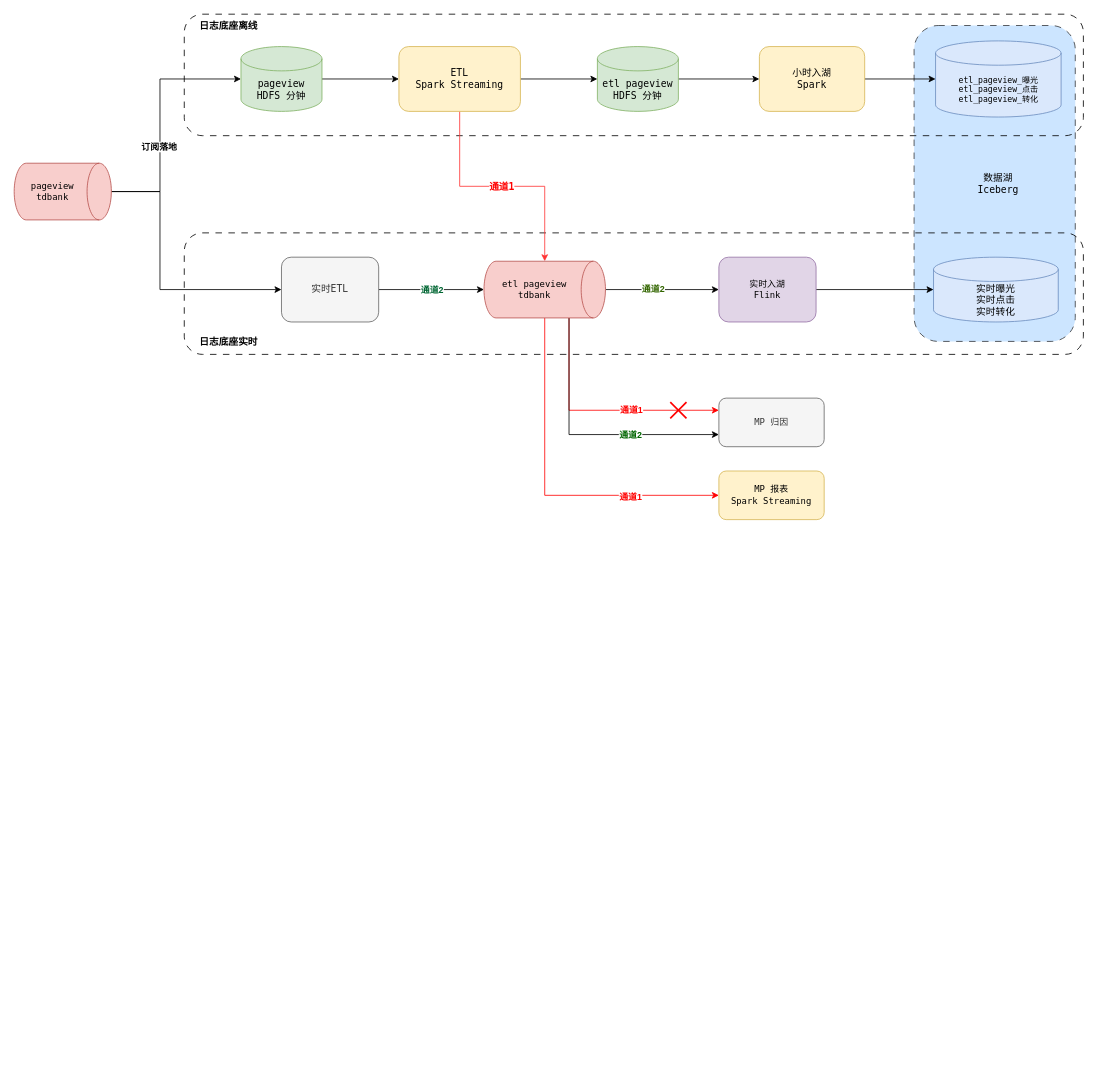
Earlier version of the draw.io diagram etl_pageview_streaming.drawio (WindLeeWT/Misc). Source tidied: cells renumbered, new cells numbered last; positions are measured from the earlier drawing's top-left corner, leaving out a move shared by most shapes. Both pictures are drawn from the tidied source at 81%, with x=0, y=0 at pixel (14, 14).
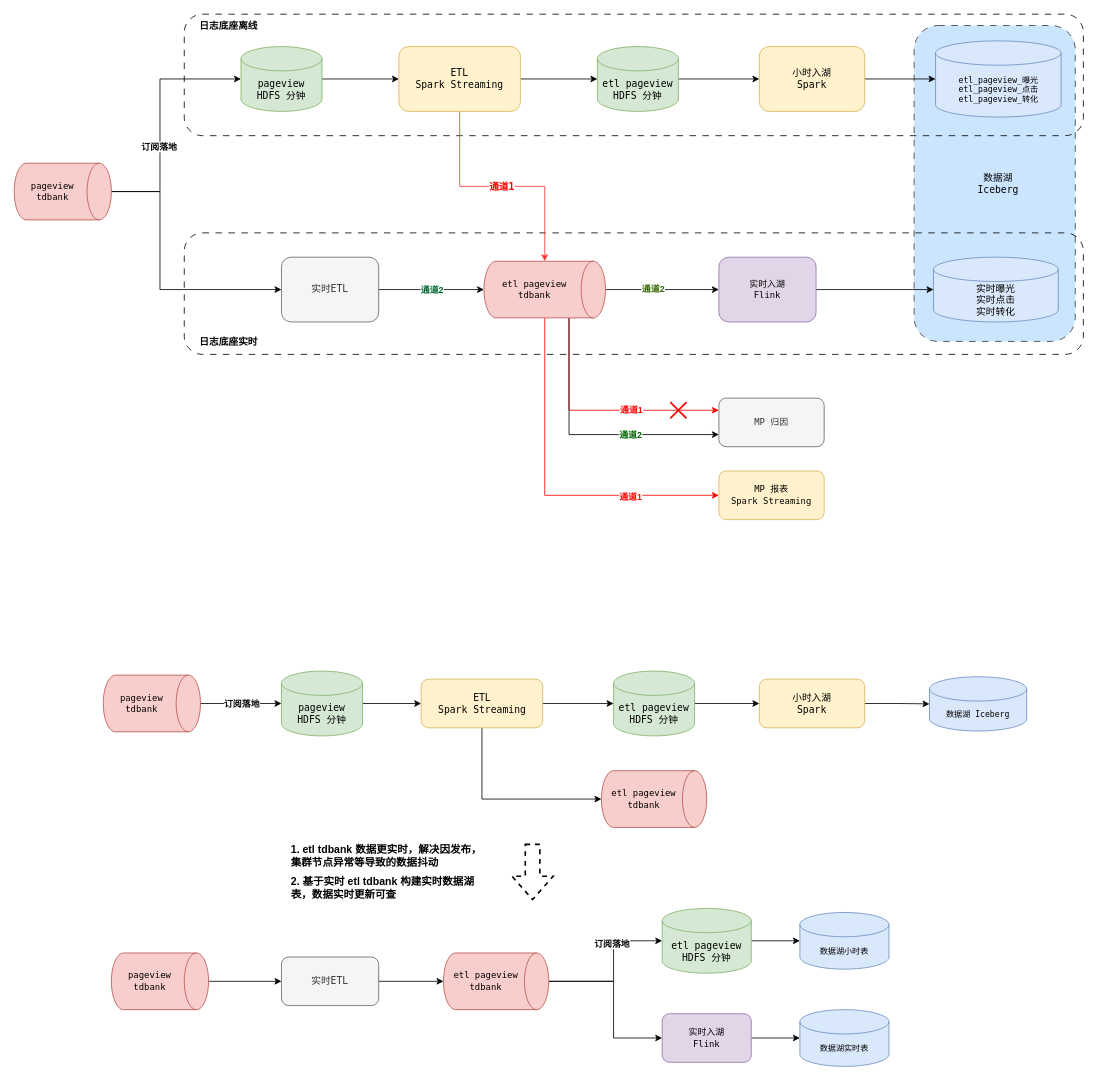
The same diagram, later.

What changed in the source:
```diff
@@
+    <mxCell id="42" style="edgeStyle=orthogonalEdgeStyle;rounded=0;jettySize=auto;html=1;exitX=0.5;exitY=0;exitDx=0;exitDy=0;exitPerimeter=0;entryX=0;entryY=0.5;entryDx=0;entryDy=0;entryPerimeter=0;strokeColor=#000000;fontFamily=Lucida Console;fontSize=12;fontColor=#000000;" parent="1" edge="1" source="44" target="46">
+      <mxGeometry relative="1" as="geometry">
+        <Array as="points">
+          <mxPoint x="148" y="851" />
+        </Array>
+      </mxGeometry>
+    </mxCell>
+    <mxCell id="43" value="&lt;b&gt;订阅落地&lt;/b&gt;" style="edgeLabel;html=1;align=center;verticalAlign=middle;fontFamily=Lucida Console;" parent="42" vertex="1">
+      <mxGeometry x="0.01" y="2" relative="1" as="geometry">
+        <mxPoint x="81" y="2" as="offset" />
+      </mxGeometry>
+    </mxCell>
+    <mxCell id="44" value="&lt;font style=&quot;font-size: 11px;&quot;&gt;&lt;span style=&quot;font-size: 11px;&quot;&gt;pageview&lt;br&gt;tdbank&lt;br&gt;&lt;/span&gt;&lt;/font&gt;" style="shape=cylinder3;whiteSpace=wrap;html=1;boundedLbl=1;backgroundOutline=1;size=15;direction=south;fillColor=#f8cecc;strokeColor=#b85450;fontFamily=Lucida Console;fontSize=11;fontStyle=0;" parent="1" vertex="1">
+      <mxGeometry x="110" y="816" width="120" height="70" as="geometry" />
+    </mxCell>
+    <mxCell id="45" style="edgeStyle=orthogonalEdgeStyle;rounded=0;jettySize=auto;html=1;exitX=1;exitY=0.5;exitDx=0;exitDy=0;exitPerimeter=0;fontFamily=Lucida Console;fontSize=14;" parent="1" edge="1" source="46" target="49">
+      <mxGeometry relative="1" as="geometry" />
+    </mxCell>
+    <mxCell id="46" value="&lt;font style=&quot;font-size: 12px;&quot;&gt;&lt;span style=&quot;font-size: 12px;&quot;&gt;pageview&lt;br style=&quot;font-size: 12px;&quot;&gt;HDFS 分钟&lt;/span&gt;&lt;/font&gt;" style="shape=cylinder3;whiteSpace=wrap;html=1;boundedLbl=1;backgroundOutline=1;size=15;fontFamily=Lucida Console;fontSize=12;fillColor=#d5e8d4;strokeColor=#82b366;fontStyle=0;" parent="1" vertex="1">
+      <mxGeometry x="330" y="811" width="100" height="80" as="geometry" />
+    </mxCell>
+    <mxCell id="47" style="edgeStyle=orthogonalEdgeStyle;rounded=0;jettySize=auto;html=1;exitX=1;exitY=0.5;exitDx=0;exitDy=0;entryX=0;entryY=0.5;entryDx=0;entryDy=0;entryPerimeter=0;fontFamily=Lucida Console;fontSize=14;" parent="1" edge="1" source="49" target="51">
+      <mxGeometry relative="1" as="geometry" />
+    </mxCell>
+    <mxCell id="48" style="edgeStyle=orthogonalEdgeStyle;rounded=0;jettySize=auto;html=1;exitX=0.5;exitY=1;exitDx=0;exitDy=0;entryX=0.5;entryY=1;entryDx=0;entryDy=0;entryPerimeter=0;" parent="1" edge="1" source="49" target="55">
+      <mxGeometry relative="1" as="geometry" />
+    </mxCell>
+    <mxCell id="49" value="ETL&lt;br style=&quot;font-size: 12px;&quot;&gt;Spark Streaming" style="rounded=1;whiteSpace=wrap;html=1;fontFamily=Lucida Console;fontSize=12;fillColor=#fff2cc;strokeColor=#d6b656;fontStyle=0;" parent="1" vertex="1">
+      <mxGeometry x="502.5" y="821" width="150" height="60" as="geometry" />
+    </mxCell>
+    <mxCell id="50" style="edgeStyle=orthogonalEdgeStyle;rounded=0;jettySize=auto;html=1;exitX=1;exitY=0.5;exitDx=0;exitDy=0;exitPerimeter=0;entryX=0;entryY=0.5;entryDx=0;entryDy=0;fontFamily=Lucida Console;fontSize=14;" parent="1" edge="1" source="51" target="54">
+      <mxGeometry relative="1" as="geometry" />
+    </mxCell>
+    <mxCell id="51" value="etl pageview&lt;br style=&quot;border-color: var(--border-color); font-size: 12px;&quot;&gt;&lt;span style=&quot;font-size: 12px;&quot;&gt;HDFS 分钟&lt;/span&gt;" style="shape=cylinder3;whiteSpace=wrap;html=1;boundedLbl=1;backgroundOutline=1;size=15;fontFamily=Lucida Console;fontSize=12;fillColor=#d5e8d4;strokeColor=#82b366;fontStyle=0;align=center;" parent="1" vertex="1">
+      <mxGeometry x="740" y="811" width="100" height="80" as="geometry" />
+    </mxCell>
+    <mxCell id="52" value="数据湖 Iceberg" style="shape=cylinder3;whiteSpace=wrap;html=1;boundedLbl=1;backgroundOutline=1;size=15;fontFamily=Lucida Console;fontSize=10;fillColor=#dae8fc;strokeColor=#6c8ebf;fontStyle=0;" parent="1" vertex="1">
+      <mxGeometry x="1130" y="818" width="120" height="67" as="geometry" />
+    </mxCell>
+    <mxCell id="53" style="edgeStyle=orthogonalEdgeStyle;rounded=0;jettySize=auto;html=1;exitX=1;exitY=0.5;exitDx=0;exitDy=0;entryX=0;entryY=0.5;entryDx=0;entryDy=0;entryPerimeter=0;fontFamily=Lucida Console;fontSize=14;" parent="1" edge="1" source="54" target="52">
+      <mxGeometry relative="1" as="geometry" />
+    </mxCell>
+    <mxCell id="54" value="小时入湖&lt;br style=&quot;font-size: 12px;&quot;&gt;Spark" style="rounded=1;whiteSpace=wrap;html=1;fontFamily=Lucida Console;fontSize=12;fillColor=#fff2cc;strokeColor=#d6b656;fontStyle=0;" parent="1" vertex="1">
+      <mxGeometry x="920" y="821" width="130" height="60" as="geometry" />
+    </mxCell>
+    <mxCell id="55" value="&lt;font style=&quot;font-size: 11px;&quot;&gt;&lt;span style=&quot;font-size: 11px;&quot;&gt;etl pageview&lt;br style=&quot;font-size: 11px;&quot;&gt;tdbank&lt;br style=&quot;font-size: 11px;&quot;&gt;&lt;/span&gt;&lt;/font&gt;" style="shape=cylinder3;whiteSpace=wrap;html=1;boundedLbl=1;backgroundOutline=1;size=15;direction=south;fillColor=#f8cecc;strokeColor=#b85450;fillStyle=auto;shadow=0;fontFamily=Lucida Console;fontSize=11;fontStyle=0;" parent="1" vertex="1">
+      <mxGeometry x="725" y="934" width="130" height="70" as="geometry" />
+    </mxCell>
+    <mxCell id="56" style="shape=flexArrow;endArrow=classic;html=1;rounded=0;dashed=1;endWidth=31;endSize=8.93;width=17;strokeWidth=2;" parent="1" edge="1">
+      <mxGeometry relative="1" as="geometry">
+        <mxPoint x="640" y="1024" as="sourcePoint" />
+        <mxPoint x="640" y="1094" as="targetPoint" />
+        <Array as="points">
+          <mxPoint x="640" y="1024" />
+        </Array>
+      </mxGeometry>
+    </mxCell>
+    <mxCell id="57" style="edgeStyle=orthogonalEdgeStyle;rounded=0;jettySize=auto;html=1;exitX=0.5;exitY=0;exitDx=0;exitDy=0;exitPerimeter=0;entryX=0;entryY=0.5;entryDx=0;entryDy=0;" parent="1" edge="1" source="58" target="60">
+      <mxGeometry relative="1" as="geometry" />
+    </mxCell>
+    <mxCell id="58" value="&lt;font style=&quot;font-size: 11px;&quot;&gt;&lt;span style=&quot;font-size: 11px;&quot;&gt;pageview&lt;br&gt;tdbank&lt;br&gt;&lt;/span&gt;&lt;/font&gt;" style="shape=cylinder3;whiteSpace=wrap;html=1;boundedLbl=1;backgroundOutline=1;size=15;direction=south;fillColor=#f8cecc;strokeColor=#b85450;fontFamily=Lucida Console;fontSize=11;fontStyle=0;" parent="1" vertex="1">
+      <mxGeometry x="120" y="1159" width="120" height="70" as="geometry" />
+    </mxCell>
+    <mxCell id="59" style="edgeStyle=orthogonalEdgeStyle;rounded=0;jettySize=auto;html=1;exitX=1;exitY=0.5;exitDx=0;exitDy=0;" parent="1" edge="1" source="60" target="63">
+      <mxGeometry relative="1" as="geometry" />
+    </mxCell>
+    <mxCell id="60" value="实时ETL" style="rounded=1;whiteSpace=wrap;html=1;fontFamily=Lucida Console;fontSize=12;fillColor=#f5f5f5;strokeColor=#666666;fontStyle=0;fontColor=#333333;" parent="1" vertex="1">
+      <mxGeometry x="330" y="1164" width="120" height="60" as="geometry" />
+    </mxCell>
+    <mxCell id="61" style="edgeStyle=orthogonalEdgeStyle;rounded=0;jettySize=auto;html=1;exitX=0.5;exitY=0;exitDx=0;exitDy=0;exitPerimeter=0;entryX=0;entryY=0.5;entryDx=0;entryDy=0;entryPerimeter=0;" parent="1" edge="1" source="63" target="67">
+      <mxGeometry relative="1" as="geometry">
+        <Array as="points">
+          <mxPoint x="740" y="1194" />
+          <mxPoint x="740" y="1144" />
+        </Array>
+      </mxGeometry>
+    </mxCell>
+    <mxCell id="62" style="edgeStyle=orthogonalEdgeStyle;rounded=0;jettySize=auto;html=1;exitX=0.5;exitY=0;exitDx=0;exitDy=0;exitPerimeter=0;entryX=0;entryY=0.5;entryDx=0;entryDy=0;" parent="1" edge="1" source="63" target="65">
+      <mxGeometry relative="1" as="geometry">
+        <Array as="points">
+          <mxPoint x="740" y="1194" />
+          <mxPoint x="740" y="1264" />
+        </Array>
+      </mxGeometry>
+    </mxCell>
+    <mxCell id="63" value="&lt;font style=&quot;font-size: 11px;&quot;&gt;&lt;span style=&quot;font-size: 11px;&quot;&gt;etl pageview&lt;br style=&quot;font-size: 11px;&quot;&gt;tdbank&lt;br style=&quot;font-size: 11px;&quot;&gt;&lt;/span&gt;&lt;/font&gt;" style="shape=cylinder3;whiteSpace=wrap;html=1;boundedLbl=1;backgroundOutline=1;size=15;direction=south;fillColor=#f8cecc;strokeColor=#b85450;fillStyle=auto;shadow=0;fontFamily=Lucida Console;fontSize=11;fontStyle=0;" parent="1" vertex="1">
+      <mxGeometry x="530" y="1159" width="130" height="70" as="geometry" />
+    </mxCell>
+    <mxCell id="64" style="edgeStyle=orthogonalEdgeStyle;rounded=0;jettySize=auto;html=1;exitX=1;exitY=0.5;exitDx=0;exitDy=0;entryX=0;entryY=0.5;entryDx=0;entryDy=0;entryPerimeter=0;" parent="1" edge="1" source="65" target="69">
+      <mxGeometry relative="1" as="geometry" />
+    </mxCell>
+    <mxCell id="65" value="实时入湖&lt;br style=&quot;font-size: 11px;&quot;&gt;Flink" style="rounded=1;whiteSpace=wrap;html=1;fontFamily=Lucida Console;fontSize=11;fillColor=#e1d5e7;strokeColor=#9673a6;fontStyle=0;" parent="1" vertex="1">
+      <mxGeometry x="800" y="1234" width="110" height="60" as="geometry" />
+    </mxCell>
+    <mxCell id="66" style="edgeStyle=orthogonalEdgeStyle;rounded=0;jettySize=auto;html=1;exitX=1;exitY=0.5;exitDx=0;exitDy=0;exitPerimeter=0;entryX=0;entryY=0.5;entryDx=0;entryDy=0;entryPerimeter=0;" parent="1" edge="1" source="67" target="68">
+      <mxGeometry relative="1" as="geometry" />
+    </mxCell>
+    <mxCell id="67" value="etl pageview&lt;br style=&quot;border-color: var(--border-color); font-size: 12px;&quot;&gt;&lt;span style=&quot;font-size: 12px;&quot;&gt;HDFS 分钟&lt;/span&gt;" style="shape=cylinder3;whiteSpace=wrap;html=1;boundedLbl=1;backgroundOutline=1;size=15;fontFamily=Lucida Console;fontSize=12;fillColor=#d5e8d4;strokeColor=#82b366;fontStyle=0;align=center;" parent="1" vertex="1">
+      <mxGeometry x="800" y="1104" width="110" height="80" as="geometry" />
+    </mxCell>
+    <mxCell id="68" value="数据湖小时表" style="shape=cylinder3;whiteSpace=wrap;html=1;boundedLbl=1;backgroundOutline=1;size=15;fontFamily=Lucida Console;fontSize=10;fillColor=#dae8fc;strokeColor=#6c8ebf;fontStyle=0;" parent="1" vertex="1">
+      <mxGeometry x="970" y="1109" width="110" height="70" as="geometry" />
+    </mxCell>
+    <mxCell id="69" value="数据湖实时表" style="shape=cylinder3;whiteSpace=wrap;html=1;boundedLbl=1;backgroundOutline=1;size=15;fontFamily=Lucida Console;fontSize=10;fillColor=#dae8fc;strokeColor=#6c8ebf;fontStyle=0;" parent="1" vertex="1">
+      <mxGeometry x="970" y="1229" width="110" height="70" as="geometry" />
+    </mxCell>
+    <mxCell id="70" value="&lt;b&gt;订阅落地&lt;/b&gt;" style="edgeLabel;html=1;align=center;verticalAlign=middle;fontFamily=Lucida Console;" parent="1" vertex="1">
+      <mxGeometry x="540" y="974" as="geometry">
+        <mxPoint x="197" y="173" as="offset" />
+      </mxGeometry>
+    </mxCell>
+    <mxCell id="71" value="1. etl tdbank 数据更实时，解决因发布，集群节点异常等导致的数据抖动" style="text;html=1;strokeColor=none;fillColor=none;align=left;verticalAlign=middle;whiteSpace=wrap;rounded=0;fontStyle=1;fontSize=13;" parent="1" vertex="1">
+      <mxGeometry x="340" y="1024" width="240" height="30" as="geometry" />
+    </mxCell>
+    <mxCell id="72" value="2. 基于实时 etl tdbank 构建实时数据湖表，数据实时更新可查" style="text;html=1;strokeColor=none;fillColor=none;align=left;verticalAlign=middle;whiteSpace=wrap;rounded=0;fontStyle=1;fontSize=13;" parent="1" vertex="1">
+      <mxGeometry x="340" y="1064" width="230" height="30" as="geometry" />
+    </mxCell>
```
